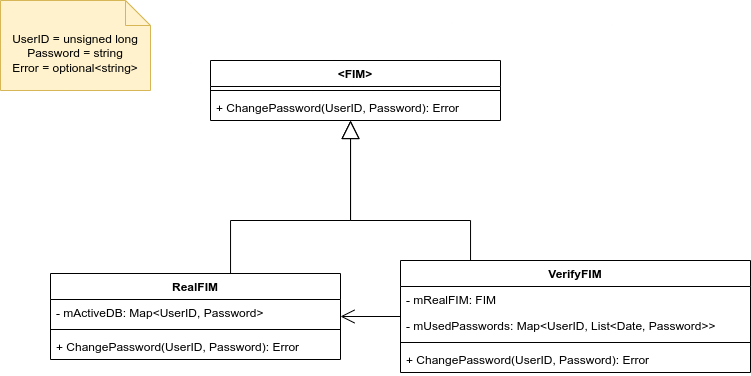
lilweege/3A04-A2 keeps this draw.io diagram as assets/class_diagram.png. Above is the earlier version. Source tidied: cells renumbered, new cells last; positions are measured from the earlier drawing's top-left corner, leaving out a move shared by most shapes.
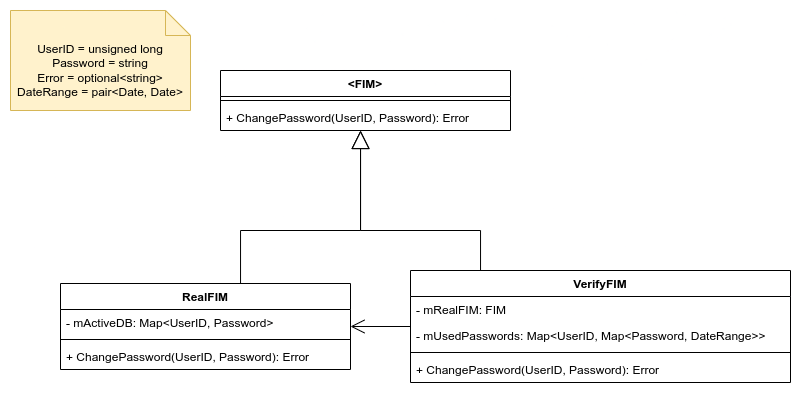
Later version of the same file.

Commit message:
fix class diagram

Diff of the diagram source:
```diff
@@ -24,19 +24,19 @@
       <mxGeometry y="60" width="290" height="26" as="geometry" />
     </mxCell>
     <mxCell id="9" value="VerifyFIM" style="swimlane;fontStyle=1;align=center;verticalAlign=top;horizontal=1;startSize=26;whiteSpace=wrap;html=1;" parent="1" vertex="1">
-      <mxGeometry x="400" y="260" width="350" height="112" as="geometry" />
+      <mxGeometry x="400" y="260" width="380" height="112" as="geometry" />
     </mxCell>
     <mxCell id="10" value="- mRealFIM: FIM" style="text;strokeColor=none;fillColor=none;align=left;verticalAlign=top;spacingLeft=4;spacingRight=4;overflow=hidden;whiteSpace=wrap;html=1;" parent="9" vertex="1">
-      <mxGeometry y="26" width="350" height="26" as="geometry" />
+      <mxGeometry y="26" width="380" height="26" as="geometry" />
     </mxCell>
-    <mxCell id="11" value="- mUsedPasswords: Map&amp;lt;UserID, List&amp;lt;Date, Password&amp;gt;&amp;gt;" style="text;strokeColor=none;fillColor=none;align=left;verticalAlign=top;spacingLeft=4;spacingRight=4;overflow=hidden;whiteSpace=wrap;html=1;" parent="9" vertex="1">
-      <mxGeometry y="52" width="350" height="26" as="geometry" />
+    <mxCell id="11" value="- mUsedPasswords: Map&amp;lt;UserID, Map&amp;lt;Password, DateRange&amp;gt;&amp;gt;" style="text;strokeColor=none;fillColor=none;align=left;verticalAlign=top;spacingLeft=4;spacingRight=4;overflow=hidden;whiteSpace=wrap;html=1;" parent="9" vertex="1">
+      <mxGeometry y="52" width="380" height="26" as="geometry" />
     </mxCell>
     <mxCell id="12" style="line;strokeWidth=1;fillColor=none;align=left;verticalAlign=middle;spacingTop=-1;spacingLeft=3;spacingRight=3;labelPosition=right;strokeColor=inherit;" parent="9" vertex="1">
-      <mxGeometry y="78" width="350" height="8" as="geometry" />
+      <mxGeometry y="78" width="380" height="8" as="geometry" />
     </mxCell>
     <mxCell id="13" value="+ ChangePassword(UserID, Password):&amp;nbsp;Error" style="text;strokeColor=none;fillColor=none;align=left;verticalAlign=top;spacingLeft=4;spacingRight=4;overflow=hidden;whiteSpace=wrap;html=1;" parent="9" vertex="1">
-      <mxGeometry y="86" width="350" height="26" as="geometry" />
+      <mxGeometry y="86" width="380" height="26" as="geometry" />
     </mxCell>
     <mxCell id="14" style="endArrow=block;endSize=16;endFill=0;html=1;rounded=0;edgeStyle=orthogonalEdgeStyle;" parent="1" edge="1" source="9" target="2">
       <mxGeometry relative="1" as="geometry">
@@ -57,8 +57,8 @@
     <mxCell id="16" style="endArrow=open;endSize=12;html=1;rounded=0;" parent="1" edge="1" source="9" target="5">
       <mxGeometry relative="1" as="geometry" />
     </mxCell>
-    <mxCell id="17" value="UserID = unsigned long&lt;br&gt;Password = string&lt;br&gt;Error = optional&amp;lt;string&amp;gt;" style="shape=note2;boundedLbl=1;whiteSpace=wrap;html=1;size=25;verticalAlign=top;align=center;fillColor=#fff2cc;strokeColor=#d6b656;" parent="1" vertex="1">
-      <mxGeometry width="150" height="90" as="geometry" />
+    <mxCell id="17" value="UserID = unsigned long&lt;br&gt;Password = string&lt;br&gt;Error = optional&amp;lt;string&amp;gt;&lt;br&gt;DateRange = pair&amp;lt;Date, Date&amp;gt;" style="shape=note2;boundedLbl=1;whiteSpace=wrap;html=1;size=25;verticalAlign=top;align=center;fillColor=#fff2cc;strokeColor=#d6b656;" parent="1" vertex="1">
+      <mxGeometry width="180" height="100" as="geometry" />
     </mxCell>
   </root>
 </mxGraphModel>
```
